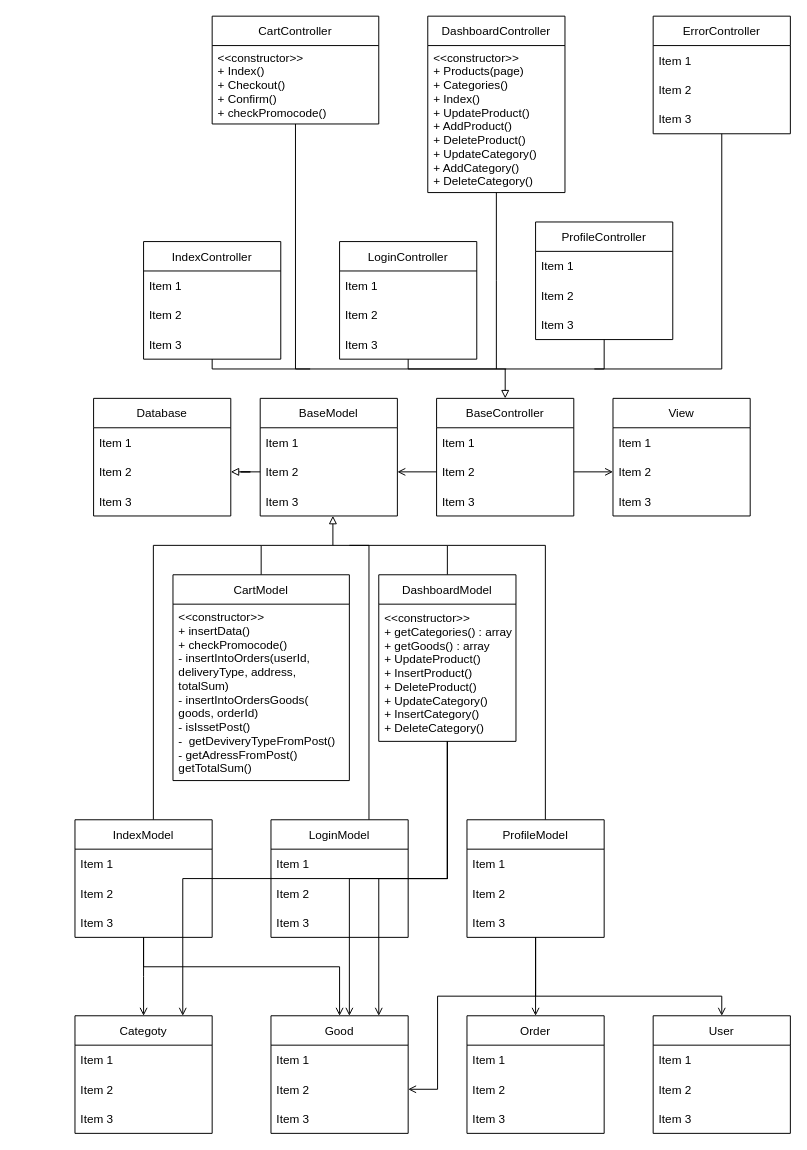
Before: ClassesDiagram.drawio in Camalo/writeboard, a draw.io diagram. Source tidied: cells renumbered, new cells numbered last; positions are measured from the earlier drawing's top-left corner, leaving out a move shared by most shapes. Both pictures are drawn from the tidied source at 98%, with x=0, y=0 at pixel (74, 16).
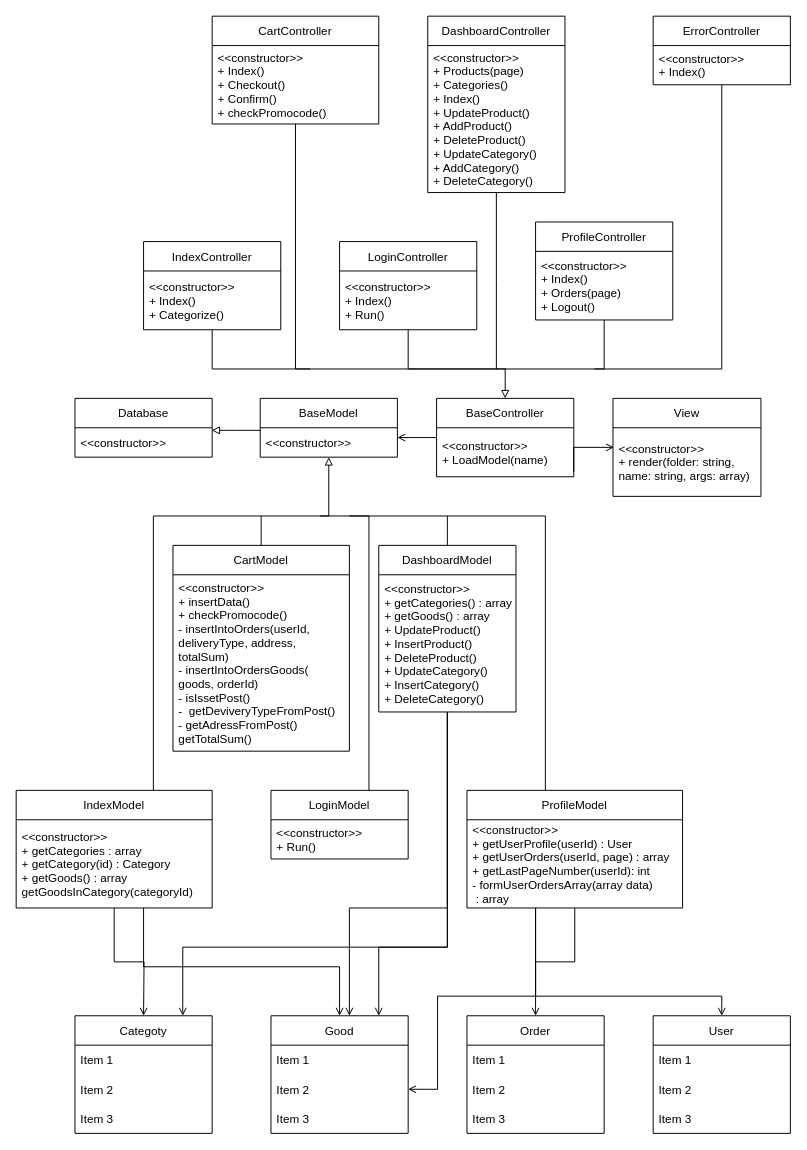
The same page after the edit.

Unchanged cells that the change refers to:
```xml
<mxCell id="73" value="Good" style="swimlane;fontStyle=0;horizontal=1;startSize=30;" parent="1" vertex="1">
  <mxGeometry x="200" y="1020" width="140" height="120" as="geometry" />
</mxCell>
<mxCell id="77" value="Categoty" style="swimlane;fontStyle=0;horizontal=1;startSize=30;" parent="1" vertex="1">
  <mxGeometry y="1020" width="140" height="120" as="geometry" />
</mxCell>
```

Change to the diagram source:
```diff
@@
     <mxCell id="2" value="BaseController" style="swimlane;fontStyle=0;horizontal=1;startSize=30;" parent="1" vertex="1">
-      <mxGeometry x="369" y="390" width="140" height="120" as="geometry" />
+      <mxGeometry x="369" y="390" width="140" height="80" as="geometry" />
     </mxCell>
-    <mxCell id="3" value="Item 1" style="text;strokeColor=none;fillColor=none;align=left;verticalAlign=middle;spacingLeft=4;spacingRight=4;overflow=hidden;" parent="2" vertex="1">
-      <mxGeometry y="30" width="140" height="30" as="geometry" />
+    <mxCell id="3" value="&lt;&lt;constructor&gt;&gt;&#10;+ LoadModel(name)" style="text;strokeColor=none;fillColor=none;align=left;verticalAlign=middle;spacingLeft=4;spacingRight=4;overflow=hidden;" parent="2" vertex="1">
+      <mxGeometry y="30" width="140" height="50" as="geometry" />
     </mxCell>
-    <mxCell id="4" value="Item 2" style="text;strokeColor=none;fillColor=none;align=left;verticalAlign=middle;spacingLeft=4;spacingRight=4;overflow=hidden;points=[[0,0.5],[1,0.5]];portConstraint=eastwest;" parent="2" vertex="1">
-      <mxGeometry y="60" width="140" height="30" as="geometry" />
-    </mxCell>
-    <mxCell id="5" value="Item 3" style="text;strokeColor=none;fillColor=none;align=left;verticalAlign=middle;spacingLeft=4;spacingRight=4;overflow=hidden;" parent="2" vertex="1">
-      <mxGeometry y="90" width="140" height="30" as="geometry" />
-    </mxCell>
+    <mxCell id="92" style="edgeStyle=orthogonalEdgeStyle;rounded=0;jettySize=auto;html=1;entryX=0.996;entryY=0.087;entryDx=0;entryDy=0;entryPerimeter=0;endArrow=block;endFill=0;" parent="1" edge="1" source="6" target="15">
+      <mxGeometry relative="1" as="geometry">
+        <Array as="points">
+          <mxPoint x="165" y="423" />
+        </Array>
+      </mxGeometry>
+    </mxCell>
     <mxCell id="6" value="BaseModel" style="swimlane;fontStyle=0;horizontal=1;startSize=30;" parent="1" vertex="1">
-      <mxGeometry x="189" y="390" width="140" height="120" as="geometry" />
+      <mxGeometry x="189" y="390" width="140" height="60" as="geometry" />
     </mxCell>
-    <mxCell id="7" value="Item 1" style="text;strokeColor=none;fillColor=none;align=left;verticalAlign=middle;spacingLeft=4;spacingRight=4;overflow=hidden;points=[[0,0.5],[1,0.5]];portConstraint=eastwest;" parent="6" vertex="1">
+    <mxCell id="7" value="&lt;&lt;constructor&gt;&gt;" style="text;strokeColor=none;fillColor=none;align=left;verticalAlign=middle;spacingLeft=4;spacingRight=4;overflow=hidden;points=[[0,0.5],[1,0.5]];portConstraint=eastwest;" parent="6" vertex="1">
       <mxGeometry y="30" width="140" height="30" as="geometry" />
     </mxCell>
-    <mxCell id="8" value="Item 2" style="text;strokeColor=none;fillColor=none;align=left;verticalAlign=middle;spacingLeft=4;spacingRight=4;overflow=hidden;points=[[0,0.5],[1,0.5]];portConstraint=eastwest;" parent="6" vertex="1">
-      <mxGeometry y="60" width="140" height="30" as="geometry" />
-    </mxCell>
-    <mxCell id="9" value="Item 3" style="text;strokeColor=none;fillColor=none;align=left;verticalAlign=middle;spacingLeft=4;spacingRight=4;overflow=hidden;points=[[0,0.5],[1,0.5]];portConstraint=eastwest;" parent="6" vertex="1">
-      <mxGeometry y="90" width="140" height="30" as="geometry" />
-    </mxCell>
     <mxCell id="10" value="View" style="swimlane;fontStyle=0;horizontal=1;startSize=30;" parent="1" vertex="1">
-      <mxGeometry x="549" y="390" width="140" height="120" as="geometry" />
+      <mxGeometry x="549" y="390" width="151" height="100" as="geometry" />
     </mxCell>
-    <mxCell id="11" value="Item 1" style="text;strokeColor=none;fillColor=none;align=left;verticalAlign=middle;spacingLeft=4;spacingRight=4;overflow=hidden;" parent="10" vertex="1">
-      <mxGeometry y="30" width="140" height="30" as="geometry" />
-    </mxCell>
-    <mxCell id="12" value="Item 2" style="text;strokeColor=none;fillColor=none;align=left;verticalAlign=middle;spacingLeft=4;spacingRight=4;overflow=hidden;points=[[0,0.5],[1,0.5]];portConstraint=eastwest;" parent="10" vertex="1">
-      <mxGeometry y="60" width="140" height="30" as="geometry" />
+    <mxCell id="12" value="&lt;&lt;constructor&gt;&gt;&#10;+ render(folder: string,&#10;name: string, args: array)" style="text;strokeColor=none;fillColor=none;align=left;verticalAlign=middle;spacingLeft=4;spacingRight=4;overflow=hidden;points=[[0,0.5],[1,0.5]];portConstraint=eastwest;" parent="10" vertex="1">
+      <mxGeometry y="30" width="151" height="70" as="geometry" />
     </mxCell>
-    <mxCell id="13" value="Item 3" style="text;strokeColor=none;fillColor=none;align=left;verticalAlign=middle;spacingLeft=4;spacingRight=4;overflow=hidden;" parent="10" vertex="1">
-      <mxGeometry y="90" width="140" height="30" as="geometry" />
-    </mxCell>
     <mxCell id="14" value="Database" style="swimlane;fontStyle=0;horizontal=1;startSize=30;" parent="1" vertex="1">
-      <mxGeometry x="19" y="390" width="140" height="120" as="geometry" />
+      <mxGeometry y="390" width="140" height="60" as="geometry" />
     </mxCell>
-    <mxCell id="15" value="Item 1" style="text;strokeColor=none;fillColor=none;align=left;verticalAlign=middle;spacingLeft=4;spacingRight=4;overflow=hidden;points=[[0,0.5],[1,0.5]];portConstraint=eastwest;" parent="14" vertex="1">
+    <mxCell id="15" value="&lt;&lt;constructor&gt;&gt;" style="text;strokeColor=none;fillColor=none;align=left;verticalAlign=middle;spacingLeft=4;spacingRight=4;overflow=hidden;points=[[0,0.5],[1,0.5]];portConstraint=eastwest;" parent="14" vertex="1">
       <mxGeometry y="30" width="140" height="30" as="geometry" />
     </mxCell>
-    <mxCell id="16" value="Item 2" style="text;strokeColor=none;fillColor=none;align=left;verticalAlign=middle;spacingLeft=4;spacingRight=4;overflow=hidden;points=[[0,0.5],[1,0.5]];portConstraint=eastwest;" parent="14" vertex="1">
-      <mxGeometry y="60" width="140" height="30" as="geometry" />
-    </mxCell>
-    <mxCell id="17" value="Item 3" style="text;strokeColor=none;fillColor=none;align=left;verticalAlign=middle;spacingLeft=4;spacingRight=4;overflow=hidden;" parent="14" vertex="1">
-      <mxGeometry y="90" width="140" height="30" as="geometry" />
-    </mxCell>
@@
     <mxCell id="25" value="ErrorController" style="swimlane;fontStyle=0;horizontal=1;startSize=30;" parent="1" vertex="1">
-      <mxGeometry x="590" width="140" height="120" as="geometry" />
+      <mxGeometry x="590" width="140" height="70" as="geometry" />
     </mxCell>
-    <mxCell id="26" value="Item 1" style="text;strokeColor=none;fillColor=none;align=left;verticalAlign=middle;spacingLeft=4;spacingRight=4;overflow=hidden;" parent="25" vertex="1">
-      <mxGeometry y="30" width="140" height="30" as="geometry" />
+    <mxCell id="26" value="&lt;&lt;constructor&gt;&gt;&#10;+ Index()" style="text;strokeColor=none;fillColor=none;align=left;verticalAlign=middle;spacingLeft=4;spacingRight=4;overflow=hidden;" parent="25" vertex="1">
+      <mxGeometry y="30" width="140" height="40" as="geometry" />
     </mxCell>
-    <mxCell id="27" value="Item 2" style="text;strokeColor=none;fillColor=none;align=left;verticalAlign=middle;spacingLeft=4;spacingRight=4;overflow=hidden;" parent="25" vertex="1">
-      <mxGeometry y="60" width="140" height="30" as="geometry" />
-    </mxCell>
-    <mxCell id="28" value="Item 3" style="text;strokeColor=none;fillColor=none;align=left;verticalAlign=middle;spacingLeft=4;spacingRight=4;overflow=hidden;" parent="25" vertex="1">
-      <mxGeometry y="90" width="140" height="30" as="geometry" />
-    </mxCell>
@@
     <mxCell id="30" value="LoginController" style="swimlane;fontStyle=0;horizontal=1;startSize=30;" parent="1" vertex="1">
-      <mxGeometry x="270" y="230" width="140" height="120" as="geometry" />
+      <mxGeometry x="270" y="230" width="140" height="90" as="geometry" />
     </mxCell>
-    <mxCell id="31" value="Item 1" style="text;strokeColor=none;fillColor=none;align=left;verticalAlign=middle;spacingLeft=4;spacingRight=4;overflow=hidden;" parent="30" vertex="1">
-      <mxGeometry y="30" width="140" height="30" as="geometry" />
+    <mxCell id="31" value="&lt;&lt;constructor&gt;&gt;&#10;+ Index()&#10;+ Run()" style="text;strokeColor=none;fillColor=none;align=left;verticalAlign=middle;spacingLeft=4;spacingRight=4;overflow=hidden;" parent="30" vertex="1">
+      <mxGeometry y="30" width="140" height="60" as="geometry" />
     </mxCell>
-    <mxCell id="32" value="Item 2" style="text;strokeColor=none;fillColor=none;align=left;verticalAlign=middle;spacingLeft=4;spacingRight=4;overflow=hidden;" parent="30" vertex="1">
-      <mxGeometry y="60" width="140" height="30" as="geometry" />
-    </mxCell>
-    <mxCell id="33" value="Item 3" style="text;strokeColor=none;fillColor=none;align=left;verticalAlign=middle;spacingLeft=4;spacingRight=4;overflow=hidden;" parent="30" vertex="1">
-      <mxGeometry y="90" width="140" height="30" as="geometry" />
-    </mxCell>
@@
     <mxCell id="35" value="IndexController" style="swimlane;fontStyle=0;horizontal=1;startSize=30;" parent="1" vertex="1">
-      <mxGeometry x="70" y="230" width="140" height="120" as="geometry" />
+      <mxGeometry x="70" y="230" width="140" height="90" as="geometry" />
     </mxCell>
-    <mxCell id="36" value="Item 1" style="text;strokeColor=none;fillColor=none;align=left;verticalAlign=middle;spacingLeft=4;spacingRight=4;overflow=hidden;" parent="35" vertex="1">
-      <mxGeometry y="30" width="140" height="30" as="geometry" />
+    <mxCell id="36" value="&lt;&lt;constructor&gt;&gt;&#10;+ Index()&#10;+ Categorize()" style="text;strokeColor=none;fillColor=none;align=left;verticalAlign=middle;spacingLeft=4;spacingRight=4;overflow=hidden;" parent="35" vertex="1">
+      <mxGeometry y="30" width="140" height="60" as="geometry" />
     </mxCell>
-    <mxCell id="37" value="Item 2" style="text;strokeColor=none;fillColor=none;align=left;verticalAlign=middle;spacingLeft=4;spacingRight=4;overflow=hidden;" parent="35" vertex="1">
-      <mxGeometry y="60" width="140" height="30" as="geometry" />
-    </mxCell>
-    <mxCell id="38" value="Item 3" style="text;strokeColor=none;fillColor=none;align=left;verticalAlign=middle;spacingLeft=4;spacingRight=4;overflow=hidden;" parent="35" vertex="1">
-      <mxGeometry y="90" width="140" height="30" as="geometry" />
-    </mxCell>
@@
     <mxCell id="40" value="ProfileController" style="swimlane;fontStyle=0;horizontal=1;startSize=30;" parent="1" vertex="1">
-      <mxGeometry x="470" y="210" width="140" height="120" as="geometry" />
+      <mxGeometry x="470" y="210" width="140" height="100" as="geometry" />
     </mxCell>
-    <mxCell id="41" value="Item 1" style="text;strokeColor=none;fillColor=none;align=left;verticalAlign=middle;spacingLeft=4;spacingRight=4;overflow=hidden;" parent="40" vertex="1">
-      <mxGeometry y="30" width="140" height="30" as="geometry" />
+    <mxCell id="41" value="&lt;&lt;constructor&gt;&gt;&#10;+ Index()&#10;+ Orders(page)&#10;+ Logout()" style="text;strokeColor=none;fillColor=none;align=left;verticalAlign=middle;spacingLeft=4;spacingRight=4;overflow=hidden;" parent="40" vertex="1">
+      <mxGeometry y="30" width="140" height="70" as="geometry" />
     </mxCell>
-    <mxCell id="42" value="Item 2" style="text;strokeColor=none;fillColor=none;align=left;verticalAlign=middle;spacingLeft=4;spacingRight=4;overflow=hidden;" parent="40" vertex="1">
-      <mxGeometry y="60" width="140" height="30" as="geometry" />
-    </mxCell>
-    <mxCell id="43" value="Item 3" style="text;strokeColor=none;fillColor=none;align=left;verticalAlign=middle;spacingLeft=4;spacingRight=4;overflow=hidden;" parent="40" vertex="1">
-      <mxGeometry y="90" width="140" height="30" as="geometry" />
-    </mxCell>
     <mxCell id="44" style="edgeStyle=orthogonalEdgeStyle;rounded=0;jettySize=auto;html=1;endArrow=none;endFill=0;" parent="1" edge="1" source="48">
       <mxGeometry relative="1" as="geometry">
-        <mxPoint x="263" y="540" as="targetPoint" />
+        <mxPoint x="250" y="510" as="targetPoint" />
         <Array as="points">
-          <mxPoint x="380" y="540" />
+          <mxPoint x="380" y="510" />
         </Array>
       </mxGeometry>
     </mxCell>
     <mxCell id="45" style="edgeStyle=orthogonalEdgeStyle;rounded=0;jettySize=auto;html=1;endArrow=open;endFill=0;" parent="1" edge="1" source="48" target="73">
       <mxGeometry relative="1" as="geometry">
         <Array as="points">
-          <mxPoint x="380" y="880" />
-          <mxPoint x="280" y="880" />
+          <mxPoint x="380" y="910" />
+          <mxPoint x="280" y="910" />
         </Array>
       </mxGeometry>
     </mxCell>
     <mxCell id="46" style="edgeStyle=orthogonalEdgeStyle;rounded=0;jettySize=auto;html=1;endArrow=open;endFill=0;" parent="1" edge="1" source="48" target="77">
       <mxGeometry relative="1" as="geometry">
         <Array as="points">
-          <mxPoint x="380" y="880" />
-          <mxPoint x="110" y="880" />
+          <mxPoint x="380" y="950" />
+          <mxPoint x="110" y="950" />
         </Array>
       </mxGeometry>
     </mxCell>
     <mxCell id="47" style="edgeStyle=orthogonalEdgeStyle;rounded=0;jettySize=auto;html=1;endArrow=open;endFill=0;" parent="1" edge="1" source="48" target="73">
       <mxGeometry relative="1" as="geometry">
         <Array as="points">
-          <mxPoint x="380" y="880" />
-          <mxPoint x="310" y="880" />
+          <mxPoint x="380" y="950" />
+          <mxPoint x="310" y="950" />
         </Array>
       </mxGeometry>
     </mxCell>
     <mxCell id="48" value="DashboardModel" style="swimlane;fontStyle=0;horizontal=1;startSize=30;" parent="1" vertex="1">
-      <mxGeometry x="310" y="570" width="140" height="170" as="geometry" />
+      <mxGeometry x="310" y="540" width="140" height="170" as="geometry" />
     </mxCell>
@@
-    <mxCell id="50" style="edgeStyle=orthogonalEdgeStyle;rounded=0;jettySize=auto;html=1;entryX=0.53;entryY=0.997;entryDx=0;entryDy=0;entryPerimeter=0;endArrow=block;endFill=0;" parent="1" edge="1" source="51" target="9">
-      <mxGeometry relative="1" as="geometry" />
-    </mxCell>
+    <mxCell id="93" style="edgeStyle=orthogonalEdgeStyle;rounded=0;jettySize=auto;html=1;endArrow=block;endFill=0;" parent="1" edge="1" source="51" target="7">
+      <mxGeometry relative="1" as="geometry">
+        <Array as="points">
+          <mxPoint x="190" y="510" />
+          <mxPoint x="259" y="510" />
+        </Array>
+      </mxGeometry>
+    </mxCell>
     <mxCell id="51" value="CartModel" style="swimlane;fontStyle=0;horizontal=1;startSize=30;" parent="1" vertex="1">
-      <mxGeometry x="100" y="570" width="180" height="210" as="geometry" />
+      <mxGeometry x="100" y="540" width="180" height="210" as="geometry" />
     </mxCell>
@@
     <mxCell id="53" style="edgeStyle=orthogonalEdgeStyle;rounded=0;jettySize=auto;html=1;endArrow=none;endFill=0;" parent="1" edge="1" source="54">
       <mxGeometry relative="1" as="geometry">
-        <mxPoint x="280" y="540" as="targetPoint" />
+        <mxPoint x="280" y="510" as="targetPoint" />
         <Array as="points">
-          <mxPoint x="300" y="540" />
+          <mxPoint x="300" y="510" />
         </Array>
       </mxGeometry>
     </mxCell>
     <mxCell id="54" value="LoginModel" style="swimlane;fontStyle=0;horizontal=1;startSize=30;" parent="1" vertex="1">
-      <mxGeometry x="200" y="820" width="140" height="120" as="geometry" />
+      <mxGeometry x="200" y="790" width="140" height="70" as="geometry" />
     </mxCell>
-    <mxCell id="55" value="Item 1" style="text;strokeColor=none;fillColor=none;align=left;verticalAlign=middle;spacingLeft=4;spacingRight=4;overflow=hidden;" parent="54" vertex="1">
-      <mxGeometry y="30" width="140" height="30" as="geometry" />
+    <mxCell id="55" value="&lt;&lt;constructor&gt;&gt;&#10;+ Run()" style="text;strokeColor=none;fillColor=none;align=left;verticalAlign=middle;spacingLeft=4;spacingRight=4;overflow=hidden;" parent="54" vertex="1">
+      <mxGeometry y="30" width="140" height="40" as="geometry" />
     </mxCell>
-    <mxCell id="56" value="Item 2" style="text;strokeColor=none;fillColor=none;align=left;verticalAlign=middle;spacingLeft=4;spacingRight=4;overflow=hidden;" parent="54" vertex="1">
-      <mxGeometry y="60" width="140" height="30" as="geometry" />
-    </mxCell>
-    <mxCell id="57" value="Item 3" style="text;strokeColor=none;fillColor=none;align=left;verticalAlign=middle;spacingLeft=4;spacingRight=4;overflow=hidden;" parent="54" vertex="1">
-      <mxGeometry y="90" width="140" height="30" as="geometry" />
-    </mxCell>
     <mxCell id="58" style="edgeStyle=orthogonalEdgeStyle;rounded=0;jettySize=auto;html=1;endArrow=none;endFill=0;" parent="1" edge="1" source="61">
       <mxGeometry relative="1" as="geometry">
-        <mxPoint x="190" y="540" as="targetPoint" />
+        <mxPoint x="190" y="510" as="targetPoint" />
         <Array as="points">
-          <mxPoint x="80" y="540" />
+          <mxPoint x="80" y="510" />
         </Array>
       </mxGeometry>
     </mxCell>
@@
     <mxCell id="61" value="IndexModel" style="swimlane;fontStyle=0;horizontal=1;startSize=30;" parent="1" vertex="1">
-      <mxGeometry y="820" width="140" height="120" as="geometry" />
+      <mxGeometry x="-60" y="790" width="200" height="120" as="geometry" />
     </mxCell>
-    <mxCell id="62" value="Item 1" style="text;strokeColor=none;fillColor=none;align=left;verticalAlign=middle;spacingLeft=4;spacingRight=4;overflow=hidden;" parent="61" vertex="1">
-      <mxGeometry y="30" width="140" height="30" as="geometry" />
+    <mxCell id="62" value="&lt;&lt;constructor&gt;&gt;&#10;+ getCategories : array&#10;+ getCategory(id) : Category&#10;+ getGoods() : array&#10;getGoodsInCategory(categoryId)" style="text;strokeColor=none;fillColor=none;align=left;verticalAlign=middle;spacingLeft=4;spacingRight=4;overflow=hidden;" parent="61" vertex="1">
+      <mxGeometry y="30" width="200" height="90" as="geometry" />
     </mxCell>
-    <mxCell id="63" value="Item 2" style="text;strokeColor=none;fillColor=none;align=left;verticalAlign=middle;spacingLeft=4;spacingRight=4;overflow=hidden;" parent="61" vertex="1">
-      <mxGeometry y="60" width="140" height="30" as="geometry" />
-    </mxCell>
-    <mxCell id="64" value="Item 3" style="text;strokeColor=none;fillColor=none;align=left;verticalAlign=middle;spacingLeft=4;spacingRight=4;overflow=hidden;" parent="61" vertex="1">
-      <mxGeometry y="90" width="140" height="30" as="geometry" />
-    </mxCell>
     <mxCell id="65" style="edgeStyle=orthogonalEdgeStyle;rounded=0;jettySize=auto;html=1;endArrow=none;endFill=0;" parent="1" edge="1" source="69">
       <mxGeometry relative="1" as="geometry">
-        <mxPoint x="380" y="540" as="targetPoint" />
+        <mxPoint x="380" y="510" as="targetPoint" />
         <Array as="points">
-          <mxPoint x="480" y="540" />
+          <mxPoint x="480" y="510" />
         </Array>
       </mxGeometry>
     </mxCell>
@@
     <mxCell id="69" value="ProfileModel" style="swimlane;fontStyle=0;horizontal=1;startSize=30;" parent="1" vertex="1">
-      <mxGeometry x="400" y="820" width="140" height="120" as="geometry" />
+      <mxGeometry x="400" y="790" width="220" height="120" as="geometry" />
     </mxCell>
-    <mxCell id="70" value="Item 1" style="text;strokeColor=none;fillColor=none;align=left;verticalAlign=middle;spacingLeft=4;spacingRight=4;overflow=hidden;" parent="69" vertex="1">
-      <mxGeometry y="30" width="140" height="30" as="geometry" />
+    <mxCell id="70" value="&lt;&lt;constructor&gt;&gt;&#10;+ getUserProfile(userId) : User&#10;+ getUserOrders(userId, page) : array&#10;+ getLastPageNumber(userId): int&#10;- formUserOrdersArray(array data)&#10; : array" style="text;strokeColor=none;fillColor=none;align=left;verticalAlign=middle;spacingLeft=4;spacingRight=4;overflow=hidden;" parent="69" vertex="1">
+      <mxGeometry y="30" width="220" height="90" as="geometry" />
     </mxCell>
-    <mxCell id="71" value="Item 2" style="text;strokeColor=none;fillColor=none;align=left;verticalAlign=middle;spacingLeft=4;spacingRight=4;overflow=hidden;" parent="69" vertex="1">
-      <mxGeometry y="60" width="140" height="30" as="geometry" />
-    </mxCell>
-    <mxCell id="72" value="Item 3" style="text;strokeColor=none;fillColor=none;align=left;verticalAlign=middle;spacingLeft=4;spacingRight=4;overflow=hidden;" parent="69" vertex="1">
-      <mxGeometry y="90" width="140" height="30" as="geometry" />
-    </mxCell>
@@
-    <mxCell id="89" style="edgeStyle=orthogonalEdgeStyle;rounded=0;jettySize=auto;html=1;entryX=0;entryY=0.5;entryDx=0;entryDy=0;endArrow=open;endFill=0;" parent="1" edge="1" source="4" target="12">
-      <mxGeometry relative="1" as="geometry" />
+    <mxCell id="89" style="edgeStyle=orthogonalEdgeStyle;rounded=0;orthogonalLoop=1;jettySize=auto;html=1;endArrow=open;endFill=0;" parent="1" edge="1">
+      <mxGeometry relative="1" as="geometry">
+        <mxPoint x="509" y="465" as="sourcePoint" />
+        <mxPoint x="550" y="440" as="targetPoint" />
+        <Array as="points">
+          <mxPoint x="509" y="440" />
+          <mxPoint x="549" y="440" />
+        </Array>
+      </mxGeometry>
     </mxCell>
-    <mxCell id="90" style="edgeStyle=orthogonalEdgeStyle;rounded=0;jettySize=auto;html=1;entryX=1;entryY=0.5;entryDx=0;entryDy=0;endArrow=open;endFill=0;" parent="1" edge="1" source="4" target="8">
-      <mxGeometry relative="1" as="geometry" />
+    <mxCell id="90" style="edgeStyle=orthogonalEdgeStyle;rounded=0;orthogonalLoop=1;jettySize=auto;html=1;endArrow=open;endFill=0;" parent="1" edge="1">
+      <mxGeometry relative="1" as="geometry">
+        <mxPoint x="369" y="430" as="sourcePoint" />
+        <mxPoint x="329" y="430" as="targetPoint" />
+        <Array as="points">
+          <mxPoint x="369" y="430" />
+          <mxPoint x="329" y="430" />
+        </Array>
+      </mxGeometry>
     </mxCell>
-    <mxCell id="91" style="edgeStyle=orthogonalEdgeStyle;rounded=0;jettySize=auto;html=1;entryX=1;entryY=0.5;entryDx=0;entryDy=0;endArrow=block;endFill=0;" parent="1" edge="1" source="8" target="16">
-      <mxGeometry relative="1" as="geometry" />
-    </mxCell>
```
